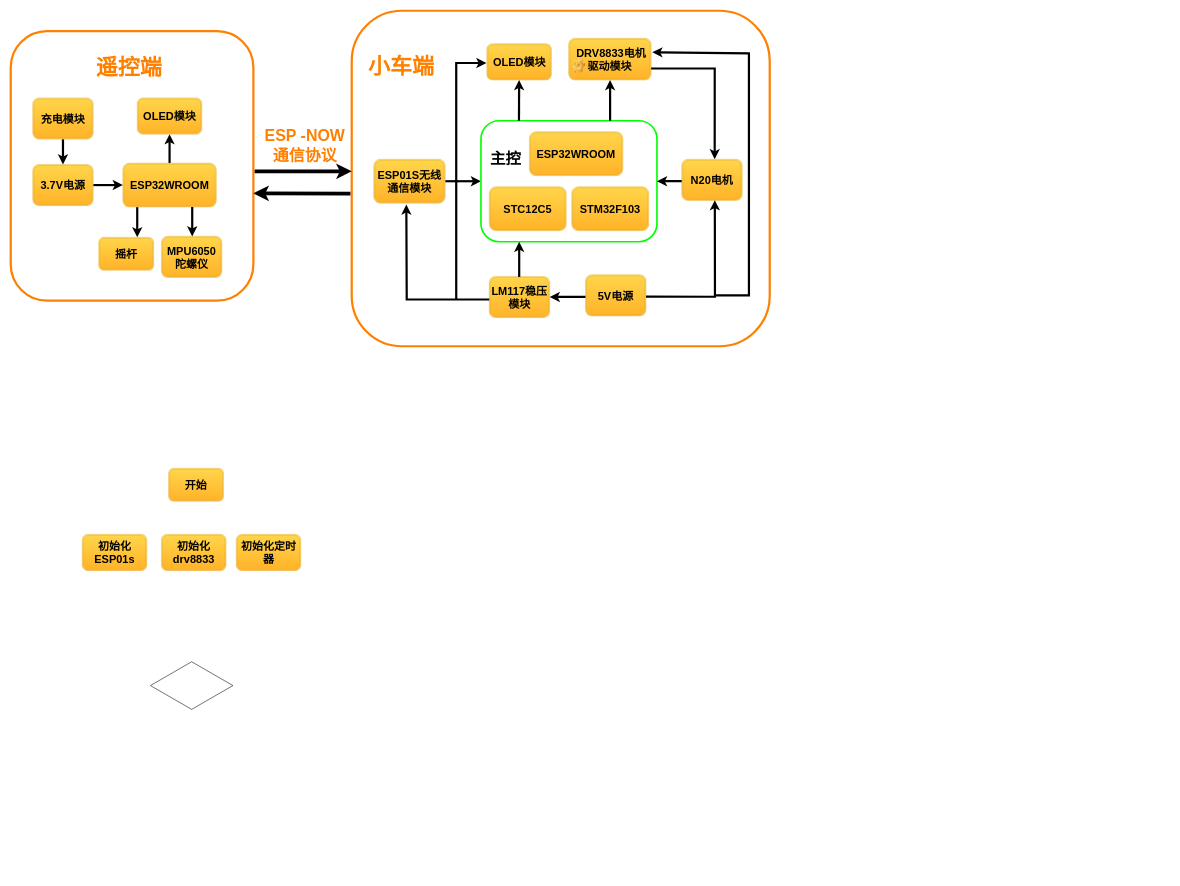
Hellolen/draw keeps this draw.io diagram as 未命名绘图.drawio. Above is the earlier version. Source tidied: cells renumbered, new cells numbered last; positions are measured from the earlier drawing's top-left corner, leaving out a move shared by most shapes. Both pictures are drawn from the tidied source at 55%, with x=0, y=0 at pixel (10, 10).
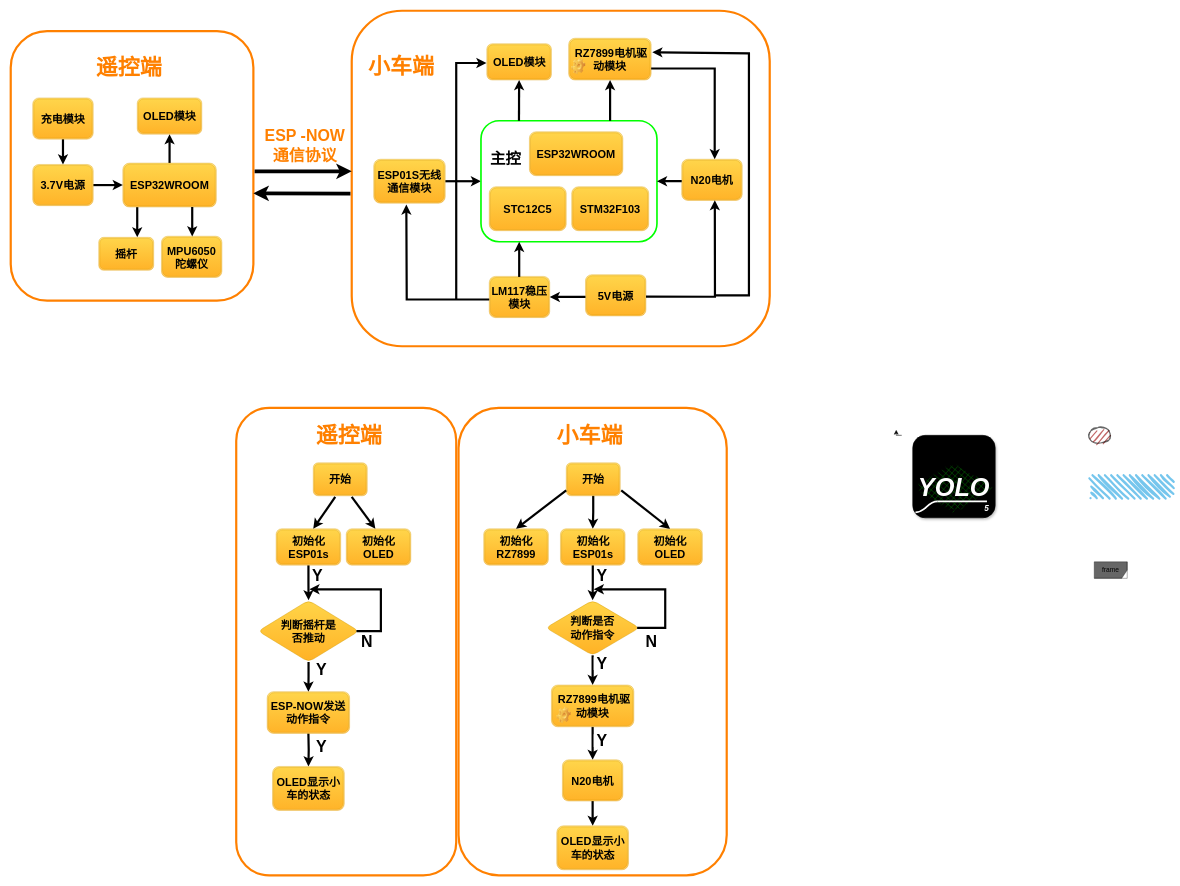
The same page after the edit.

Commit message:
遥控小车硬件设计.drawio

What changed in the source:
```diff
@@
+    <mxCell id="48" style="rounded=1;whiteSpace=wrap;html=1;strokeColor=#FF8000;align=center;verticalAlign=middle;fontFamily=Helvetica;fontSize=12;fontColor=default;fillColor=default;strokeWidth=4;" parent="1" vertex="1">
+      <mxGeometry x="410" y="722" width="400" height="850" as="geometry" />
+    </mxCell>
+    <mxCell id="49" style="rounded=1;whiteSpace=wrap;html=1;strokeColor=#FF8000;align=center;verticalAlign=middle;fontFamily=Helvetica;fontSize=12;fontColor=default;fillColor=default;strokeWidth=4;" parent="1" vertex="1">
+      <mxGeometry x="814.2" y="722" width="487.6" height="850" as="geometry" />
+    </mxCell>
+    <mxCell id="50" value="&lt;font&gt;&lt;span style=&quot;font-size: 29px;&quot;&gt;&lt;b&gt;Y&lt;/b&gt;&lt;/span&gt;&lt;/font&gt;" style="whiteSpace=wrap;html=1;rounded=1;strokeColor=none;align=center;verticalAlign=middle;fontFamily=Helvetica;fontSize=12;fontColor=#000000;fillColor=default;" parent="1" vertex="1">
+      <mxGeometry x="1060" y="1012" width="30" height="30" as="geometry" />
+    </mxCell>
@@
-    <mxCell id="6" value="&lt;font style=&quot;font-size: 20px;&quot;&gt;&lt;b&gt;&lt;span style=&quot;white-space: pre;&quot;&gt; &lt;/span&gt;DRV8833电机驱动模块&lt;/b&gt;&lt;/font&gt;" style="shape=ext;double=1;rounded=1;whiteSpace=wrap;html=1;fillColor=#ffcd28;gradientColor=#ffa500;strokeColor=#d79b00;opacity=60;" parent="1" vertex="1">
+    <mxCell id="6" value="&lt;font style=&quot;font-size: 20px;&quot;&gt;&lt;b&gt;&lt;span style=&quot;white-space: pre;&quot;&gt; RZ7899&lt;/span&gt;电机驱动模块&lt;/b&gt;&lt;/font&gt;" style="shape=ext;double=1;rounded=1;whiteSpace=wrap;html=1;fillColor=#ffcd28;gradientColor=#ffa500;strokeColor=#d79b00;opacity=60;" parent="1" vertex="1">
       <mxGeometry x="1014.4" y="50" width="150" height="76" as="geometry" />
     </mxCell>
@@
+    <mxCell id="51" style="edgeStyle=orthogonalEdgeStyle;rounded=0;jettySize=auto;html=1;fontFamily=Helvetica;fontSize=12;fontColor=default;strokeWidth=4;" parent="1" edge="1" source="43" target="46">
+      <mxGeometry relative="1" as="geometry" />
+    </mxCell>
     <mxCell id="43" value="&lt;span style=&quot;font-size: 20px;&quot;&gt;&lt;b&gt;开始&lt;/b&gt;&lt;/span&gt;" style="shape=ext;double=1;rounded=1;whiteSpace=wrap;html=1;fillColor=#ffcd28;gradientColor=#ffa500;strokeColor=#d79b00;opacity=60;" parent="1" vertex="1">
-      <mxGeometry x="287" y="832" width="100" height="60" as="geometry" />
+      <mxGeometry x="1010" y="822" width="98.2" height="60" as="geometry" />
     </mxCell>
-    <mxCell id="44" style="html=1;whiteSpace=wrap;shape=isoRectangle;rounded=1;strokeColor=default;align=center;verticalAlign=middle;fontFamily=Helvetica;fontSize=12;fontColor=default;fillColor=default;" parent="1" vertex="1">
-      <mxGeometry x="254" y="1182" width="150" height="90" as="geometry" />
-    </mxCell>
-    <mxCell id="45" value="&lt;font style=&quot;font-size: 20px;&quot;&gt;&lt;b&gt;初始化drv8833&lt;/b&gt;&lt;/font&gt;" style="shape=ext;double=1;rounded=1;whiteSpace=wrap;html=1;fillColor=#ffcd28;gradientColor=#ffa500;strokeColor=#d79b00;opacity=60;align=center;verticalAlign=middle;fontFamily=Helvetica;fontSize=12;fontColor=default;" parent="1" vertex="1">
-      <mxGeometry x="274" y="952" width="117.5" height="66" as="geometry" />
+    <mxCell id="45" value="&lt;font style=&quot;font-size: 20px;&quot;&gt;&lt;b&gt;初始化RZ7899&lt;/b&gt;&lt;/font&gt;" style="shape=ext;double=1;rounded=1;whiteSpace=wrap;html=1;fillColor=#ffcd28;gradientColor=#ffa500;strokeColor=#d79b00;opacity=60;align=center;verticalAlign=middle;fontFamily=Helvetica;fontSize=12;fontColor=default;" parent="1" vertex="1">
+      <mxGeometry x="860" y="942" width="117.5" height="66" as="geometry" />
     </mxCell>
+    <mxCell id="52" style="edgeStyle=orthogonalEdgeStyle;rounded=0;jettySize=auto;html=1;fontFamily=Helvetica;fontSize=12;fontColor=default;strokeWidth=4;entryX=0.5;entryY=0;entryDx=0;entryDy=0;" parent="1" edge="1" source="46" target="54">
+      <mxGeometry relative="1" as="geometry" />
+    </mxCell>
     <mxCell id="46" value="&lt;font style=&quot;font-size: 20px;&quot;&gt;&lt;b&gt;初始化ESP01s&lt;/b&gt;&lt;/font&gt;" style="shape=ext;double=1;rounded=1;whiteSpace=wrap;html=1;fillColor=#ffcd28;gradientColor=#ffa500;strokeColor=#d79b00;opacity=60;align=center;verticalAlign=middle;fontFamily=Helvetica;fontSize=12;fontColor=default;" parent="1" vertex="1">
-      <mxGeometry x="130" y="952" width="117.5" height="66" as="geometry" />
+      <mxGeometry x="999.5" y="942" width="117.5" height="66" as="geometry" />
     </mxCell>
-    <mxCell id="47" value="&lt;font style=&quot;font-size: 20px;&quot;&gt;&lt;b&gt;初始化定时器&lt;/b&gt;&lt;/font&gt;" style="shape=ext;double=1;rounded=1;whiteSpace=wrap;html=1;fillColor=#ffcd28;gradientColor=#ffa500;strokeColor=#d79b00;opacity=60;align=center;verticalAlign=middle;fontFamily=Helvetica;fontSize=12;fontColor=default;" parent="1" vertex="1">
-      <mxGeometry x="410" y="952" width="117.5" height="66" as="geometry" />
+    <mxCell id="47" value="&lt;font style=&quot;font-size: 20px;&quot;&gt;&lt;b&gt;初始化OLED&lt;/b&gt;&lt;/font&gt;" style="shape=ext;double=1;rounded=1;whiteSpace=wrap;html=1;fillColor=#ffcd28;gradientColor=#ffa500;strokeColor=#d79b00;opacity=60;align=center;verticalAlign=middle;fontFamily=Helvetica;fontSize=12;fontColor=default;" parent="1" vertex="1">
+      <mxGeometry x="1140" y="942" width="117.5" height="66" as="geometry" />
     </mxCell>
+    <mxCell id="53" style="edgeStyle=orthogonalEdgeStyle;rounded=0;jettySize=auto;html=1;fontFamily=Helvetica;fontSize=12;fontColor=default;strokeWidth=4;" parent="1" edge="1" source="54" target="59">
+      <mxGeometry relative="1" as="geometry" />
+    </mxCell>
+    <mxCell id="54" value="&lt;b style=&quot;font-size: 20px;&quot;&gt;判断是否&lt;/b&gt;&lt;div&gt;&lt;b style=&quot;font-size: 20px;&quot;&gt;动作指令&lt;/b&gt;&lt;/div&gt;" style="rhombus;whiteSpace=wrap;html=1;fillColor=#ffcd28;strokeColor=#d79b00;rounded=1;gradientColor=#ffa500;opacity=85;" parent="1" vertex="1">
+      <mxGeometry x="973" y="1072" width="170" height="100" as="geometry" />
+    </mxCell>
+    <mxCell id="55" style="edgeStyle=orthogonalEdgeStyle;rounded=0;jettySize=auto;html=1;fontFamily=Helvetica;fontSize=12;fontColor=default;endArrow=none;endFill=0;startArrow=classic;startFill=1;strokeWidth=4;" parent="1" edge="1" source="57" target="59">
+      <mxGeometry relative="1" as="geometry" />
+    </mxCell>
+    <mxCell id="56" style="edgeStyle=orthogonalEdgeStyle;rounded=0;jettySize=auto;html=1;fontFamily=Helvetica;fontSize=12;fontColor=default;strokeWidth=4;" parent="1" edge="1" source="57" target="58">
+      <mxGeometry relative="1" as="geometry" />
+    </mxCell>
+    <mxCell id="57" value="&lt;b style=&quot;font-size: 20px;&quot;&gt;N20电机&lt;/b&gt;" style="shape=ext;double=1;rounded=1;whiteSpace=wrap;html=1;fillColor=#ffcd28;gradientColor=#ffa500;strokeColor=#d79b00;opacity=60;" parent="1" vertex="1">
+      <mxGeometry x="1003" y="1362" width="110" height="75" as="geometry" />
+    </mxCell>
+    <mxCell id="58" value="&lt;font style=&quot;font-size: 20px;&quot;&gt;&lt;b&gt;OLED显示小车的状态&lt;/b&gt;&lt;/font&gt;" style="shape=ext;double=1;rounded=1;whiteSpace=wrap;html=1;fillColor=#ffcd28;gradientColor=#ffa500;strokeColor=#d79b00;opacity=60;align=center;verticalAlign=middle;fontFamily=Helvetica;fontSize=12;fontColor=default;" parent="1" vertex="1">
+      <mxGeometry x="992.8" y="1482" width="130.5" height="80" as="geometry" />
+    </mxCell>
+    <mxCell id="59" value="&lt;font style=&quot;font-size: 20px;&quot;&gt;&lt;b&gt;&lt;span style=&quot;white-space: pre;&quot;&gt; RZ7899&lt;/span&gt;电机驱动模块&lt;/b&gt;&lt;/font&gt;" style="shape=ext;double=1;rounded=1;whiteSpace=wrap;html=1;fillColor=#ffcd28;gradientColor=#ffa500;strokeColor=#d79b00;opacity=60;" parent="1" vertex="1">
+      <mxGeometry x="983" y="1226" width="150" height="76" as="geometry" />
+    </mxCell>
+    <mxCell id="60" style="endArrow=classic;html=1;rounded=0;fontFamily=Helvetica;fontSize=12;fontColor=default;strokeWidth=4;entryX=0.5;entryY=0;entryDx=0;entryDy=0;" parent="1" edge="1" target="47">
+      <mxGeometry relative="1" as="geometry">
+        <mxPoint x="1110" y="872" as="sourcePoint" />
+      </mxGeometry>
+    </mxCell>
+    <mxCell id="61" style="endArrow=classic;html=1;rounded=0;fontFamily=Helvetica;fontSize=12;fontColor=default;strokeWidth=4;entryX=0.5;entryY=0;entryDx=0;entryDy=0;" parent="1" edge="1" target="45">
+      <mxGeometry relative="1" as="geometry">
+        <mxPoint x="1010" y="872" as="sourcePoint" />
+      </mxGeometry>
+    </mxCell>
+    <mxCell id="62" value="&lt;font&gt;&lt;span style=&quot;font-size: 29px;&quot;&gt;&lt;b&gt;Y&lt;/b&gt;&lt;/span&gt;&lt;/font&gt;" style="whiteSpace=wrap;html=1;rounded=1;strokeColor=none;align=center;verticalAlign=middle;fontFamily=Helvetica;fontSize=12;fontColor=#000000;fillColor=default;" parent="1" vertex="1">
+      <mxGeometry x="1060" y="1172" width="30" height="30" as="geometry" />
+    </mxCell>
+    <mxCell id="63" value="&lt;font&gt;&lt;span style=&quot;font-size: 29px;&quot;&gt;&lt;b&gt;Y&lt;/b&gt;&lt;/span&gt;&lt;/font&gt;" style="whiteSpace=wrap;html=1;rounded=1;strokeColor=none;align=center;verticalAlign=middle;fontFamily=Helvetica;fontSize=12;fontColor=#000000;fillColor=default;" parent="1" vertex="1">
+      <mxGeometry x="1060" y="1312" width="30" height="30" as="geometry" />
+    </mxCell>
+    <mxCell id="64" style="endArrow=classic;html=1;rounded=0;fontFamily=Helvetica;fontSize=12;fontColor=default;exitX=0.976;exitY=0.5;exitDx=0;exitDy=0;exitPerimeter=0;strokeWidth=4;" parent="1" edge="1" source="54">
+      <mxGeometry relative="1" as="geometry">
+        <mxPoint x="1060" y="1052" as="targetPoint" />
+        <Array as="points">
+          <mxPoint x="1180" y="1122" />
+          <mxPoint x="1190" y="1122" />
+          <mxPoint x="1190" y="1052" />
+        </Array>
+      </mxGeometry>
+    </mxCell>
+    <mxCell id="65" value="&lt;font&gt;&lt;span style=&quot;font-size: 29px;&quot;&gt;&lt;b&gt;N&lt;/b&gt;&lt;/span&gt;&lt;/font&gt;" style="whiteSpace=wrap;html=1;rounded=1;strokeColor=none;align=center;verticalAlign=middle;fontFamily=Helvetica;fontSize=12;fontColor=#000000;fillColor=default;" parent="1" vertex="1">
+      <mxGeometry x="1150" y="1132" width="30" height="30" as="geometry" />
+    </mxCell>
+    <mxCell id="66" value="&lt;font&gt;&lt;span style=&quot;font-size: 29px;&quot;&gt;&lt;b&gt;Y&lt;/b&gt;&lt;/span&gt;&lt;/font&gt;" style="whiteSpace=wrap;html=1;rounded=1;strokeColor=none;align=center;verticalAlign=middle;fontFamily=Helvetica;fontSize=12;fontColor=#000000;fillColor=default;" parent="1" vertex="1">
+      <mxGeometry x="543" y="1012" width="30" height="30" as="geometry" />
+    </mxCell>
+    <mxCell id="67" value="&lt;span style=&quot;font-size: 20px;&quot;&gt;&lt;b&gt;开始&lt;/b&gt;&lt;/span&gt;" style="shape=ext;double=1;rounded=1;whiteSpace=wrap;html=1;fillColor=#ffcd28;gradientColor=#ffa500;strokeColor=#d79b00;opacity=60;" parent="1" vertex="1">
+      <mxGeometry x="550" y="822" width="98.2" height="60" as="geometry" />
+    </mxCell>
+    <mxCell id="68" style="edgeStyle=orthogonalEdgeStyle;rounded=0;jettySize=auto;html=1;fontFamily=Helvetica;fontSize=12;fontColor=default;strokeWidth=4;entryX=0.5;entryY=0;entryDx=0;entryDy=0;" parent="1" edge="1" source="69" target="72">
+      <mxGeometry relative="1" as="geometry" />
+    </mxCell>
+    <mxCell id="69" value="&lt;font style=&quot;font-size: 20px;&quot;&gt;&lt;b&gt;初始化ESP01s&lt;/b&gt;&lt;/font&gt;" style="shape=ext;double=1;rounded=1;whiteSpace=wrap;html=1;fillColor=#ffcd28;gradientColor=#ffa500;strokeColor=#d79b00;opacity=60;align=center;verticalAlign=middle;fontFamily=Helvetica;fontSize=12;fontColor=default;" parent="1" vertex="1">
+      <mxGeometry x="482.5" y="942" width="117.5" height="66" as="geometry" />
+    </mxCell>
+    <mxCell id="70" value="&lt;font style=&quot;font-size: 20px;&quot;&gt;&lt;b&gt;初始化OLED&lt;/b&gt;&lt;/font&gt;" style="shape=ext;double=1;rounded=1;whiteSpace=wrap;html=1;fillColor=#ffcd28;gradientColor=#ffa500;strokeColor=#d79b00;opacity=60;align=center;verticalAlign=middle;fontFamily=Helvetica;fontSize=12;fontColor=default;" parent="1" vertex="1">
+      <mxGeometry x="610" y="942" width="117.5" height="66" as="geometry" />
+    </mxCell>
+    <mxCell id="71" style="edgeStyle=orthogonalEdgeStyle;rounded=0;jettySize=auto;html=1;fontFamily=Helvetica;fontSize=12;fontColor=default;strokeWidth=4;" parent="1" edge="1" source="72" target="78">
+      <mxGeometry relative="1" as="geometry" />
+    </mxCell>
+    <mxCell id="72" value="&lt;b style=&quot;font-size: 20px;&quot;&gt;判断摇杆是&lt;/b&gt;&lt;div&gt;&lt;b style=&quot;font-size: 20px;&quot;&gt;否推动&lt;/b&gt;&lt;/div&gt;" style="rhombus;whiteSpace=wrap;html=1;fillColor=#ffcd28;strokeColor=#d79b00;rounded=1;gradientColor=#ffa500;opacity=85;" parent="1" vertex="1">
+      <mxGeometry x="450" y="1072" width="183" height="112" as="geometry" />
+    </mxCell>
+    <mxCell id="73" style="endArrow=classic;html=1;rounded=0;fontFamily=Helvetica;fontSize=12;fontColor=default;exitX=0.976;exitY=0.5;exitDx=0;exitDy=0;exitPerimeter=0;strokeWidth=4;" parent="1" edge="1" source="72">
+      <mxGeometry relative="1" as="geometry">
+        <mxPoint x="543" y="1052" as="targetPoint" />
+        <Array as="points">
+          <mxPoint x="663" y="1128" />
+          <mxPoint x="673" y="1128" />
+          <mxPoint x="673" y="1052" />
+        </Array>
+      </mxGeometry>
+    </mxCell>
+    <mxCell id="74" value="&lt;font&gt;&lt;span style=&quot;font-size: 29px;&quot;&gt;&lt;b&gt;N&lt;/b&gt;&lt;/span&gt;&lt;/font&gt;" style="whiteSpace=wrap;html=1;rounded=1;strokeColor=none;align=center;verticalAlign=middle;fontFamily=Helvetica;fontSize=12;fontColor=#000000;fillColor=default;" parent="1" vertex="1">
+      <mxGeometry x="633" y="1132" width="30" height="30" as="geometry" />
+    </mxCell>
+    <mxCell id="75" style="endArrow=classic;html=1;rounded=0;fontFamily=Helvetica;fontSize=12;fontColor=default;strokeWidth=4;" parent="1" edge="1">
+      <mxGeometry relative="1" as="geometry">
+        <mxPoint x="590" y="884" as="sourcePoint" />
+        <mxPoint x="550" y="942" as="targetPoint" />
+      </mxGeometry>
+    </mxCell>
+    <mxCell id="76" style="endArrow=classic;html=1;rounded=0;fontFamily=Helvetica;fontSize=12;fontColor=default;strokeWidth=4;" parent="1" edge="1">
+      <mxGeometry relative="1" as="geometry">
+        <mxPoint x="620" y="884" as="sourcePoint" />
+        <mxPoint x="663" y="942" as="targetPoint" />
+      </mxGeometry>
+    </mxCell>
+    <mxCell id="77" style="edgeStyle=orthogonalEdgeStyle;rounded=0;jettySize=auto;html=1;fontFamily=Helvetica;fontSize=12;fontColor=default;endArrow=none;endFill=0;startArrow=classic;startFill=1;strokeWidth=4;" parent="1" edge="1" target="78">
+      <mxGeometry relative="1" as="geometry">
+        <mxPoint x="541.3" y="1374" as="sourcePoint" />
+      </mxGeometry>
+    </mxCell>
+    <mxCell id="78" value="&lt;b style=&quot;font-size: 20px;&quot;&gt;ESP-NOW发送动作指令&lt;/b&gt;" style="shape=ext;double=1;rounded=1;whiteSpace=wrap;html=1;fillColor=#ffcd28;gradientColor=#ffa500;strokeColor=#d79b00;opacity=60;" parent="1" vertex="1">
+      <mxGeometry x="466.2" y="1238" width="150" height="76" as="geometry" />
+    </mxCell>
+    <mxCell id="79" value="&lt;font&gt;&lt;span style=&quot;font-size: 29px;&quot;&gt;&lt;b&gt;Y&lt;/b&gt;&lt;/span&gt;&lt;/font&gt;" style="whiteSpace=wrap;html=1;rounded=1;strokeColor=none;align=center;verticalAlign=middle;fontFamily=Helvetica;fontSize=12;fontColor=#000000;fillColor=default;" parent="1" vertex="1">
+      <mxGeometry x="550" y="1184" width="30" height="30" as="geometry" />
+    </mxCell>
+    <mxCell id="80" value="&lt;font&gt;&lt;span style=&quot;font-size: 29px;&quot;&gt;&lt;b&gt;Y&lt;/b&gt;&lt;/span&gt;&lt;/font&gt;" style="whiteSpace=wrap;html=1;rounded=1;strokeColor=none;align=center;verticalAlign=middle;fontFamily=Helvetica;fontSize=12;fontColor=#000000;fillColor=default;" parent="1" vertex="1">
+      <mxGeometry x="550" y="1324" width="30" height="30" as="geometry" />
+    </mxCell>
+    <mxCell id="81" value="&lt;font style=&quot;font-size: 20px;&quot;&gt;&lt;b&gt;OLED显示小车的状态&lt;/b&gt;&lt;/font&gt;" style="shape=ext;double=1;rounded=1;whiteSpace=wrap;html=1;fillColor=#ffcd28;gradientColor=#ffa500;strokeColor=#d79b00;opacity=60;align=center;verticalAlign=middle;fontFamily=Helvetica;fontSize=12;fontColor=default;" parent="1" vertex="1">
+      <mxGeometry x="476" y="1374" width="130.5" height="80" as="geometry" />
+    </mxCell>
+    <mxCell id="82" style="shape=image;html=1;verticalLabelPosition=bottom;verticalAlign=top;imageAspect=1;image=img/clipart/Gear_128x128.png;strokeWidth=0;opacity=70;" parent="1" vertex="1">
+      <mxGeometry x="992.8" y="1266" width="25.6" height="30" as="geometry" />
+    </mxCell>
+    <mxCell id="83" value="&lt;font style=&quot;color: rgb(255, 128, 0); font-size: 40px;&quot;&gt;&lt;b style=&quot;&quot;&gt;遥控端&lt;/b&gt;&lt;/font&gt;" style="whiteSpace=wrap;html=1;rounded=1;strokeColor=none;align=center;verticalAlign=middle;fontFamily=Helvetica;fontSize=12;fontColor=default;fillColor=default;" parent="1" vertex="1">
+      <mxGeometry x="530" y="742" width="170" height="60" as="geometry" />
+    </mxCell>
+    <mxCell id="84" value="&lt;font style=&quot;color: rgb(255, 128, 0); font-size: 40px;&quot;&gt;&lt;b style=&quot;&quot;&gt;小车端&lt;/b&gt;&lt;/font&gt;" style="whiteSpace=wrap;html=1;rounded=1;strokeColor=none;align=center;verticalAlign=middle;fontFamily=Helvetica;fontSize=12;fontColor=default;fillColor=default;" parent="1" vertex="1">
+      <mxGeometry x="983.2" y="742" width="140" height="60" as="geometry" />
+    </mxCell>
+    <mxCell id="85" style="edgeStyle=orthogonalEdgeStyle;rounded=0;orthogonalLoop=1;jettySize=auto;html=1;fontFamily=Helvetica;fontSize=12;fontColor=default;" parent="1" edge="1">
+      <mxGeometry relative="1" as="geometry">
+        <mxPoint x="1620" y="772" as="sourcePoint" />
+        <mxPoint x="1610" y="762" as="targetPoint" />
+      </mxGeometry>
+    </mxCell>
+    <mxCell id="86" style="rounded=1;whiteSpace=wrap;html=1;strokeWidth=2;fillWeight=4;hachureGap=8;hachureAngle=45;fillColor=#1ba1e2;opacity=60;strokeColor=none;align=center;verticalAlign=middle;fontFamily=Helvetica;fontSize=12;fontColor=default;gradientColor=none;fillStyle=auto;sketch=1;curveFitting=1;jiggle=2;glass=0;shadow=0;" parent="1" vertex="1">
+      <mxGeometry x="1960" y="844.8" width="150" height="42.2" as="geometry" />
+    </mxCell>
+    <mxCell id="87" style="shape=mxgraph.arrows2.wedgeArrowDashed2;html=1;startWidth=50;stepSize=15;rounded=0;fontFamily=Helvetica;fontSize=12;fontColor=default;strokeWidth=3;strokeColor=#FFFFFF;opacity=70;flowAnimation=0;shadow=0;" parent="1" edge="1">
+      <mxGeometry relative="1" as="geometry">
+        <mxPoint x="1570" y="835.7" as="sourcePoint" />
+        <mxPoint x="1570" y="775.7" as="targetPoint" />
+      </mxGeometry>
+    </mxCell>
+    <mxCell id="88" value="frame" style="shape=umlFrame;whiteSpace=wrap;html=1;rounded=1;opacity=60;strokeColor=default;align=center;verticalAlign=middle;fontFamily=Helvetica;fontSize=12;fontColor=default;fillColor=light-dark(#FFCD28,#CE6100);gradientColor=light-dark(#FFA500,#CE6100);" parent="1" vertex="1">
+      <mxGeometry x="1970" y="1002" width="60" height="30" as="geometry" />
+    </mxCell>
+    <mxCell id="89" style="ellipse;whiteSpace=wrap;html=1;strokeWidth=2;fillWeight=2;hachureGap=8;fillColor=#990000;fillStyle=dots;sketch=1;rounded=1;opacity=60;strokeColor=#000000;align=center;verticalAlign=middle;fontFamily=Helvetica;fontSize=12;fontColor=default;" parent="1" vertex="1">
+      <mxGeometry x="1960" y="757" width="41" height="30" as="geometry" />
+    </mxCell>
+    <mxCell id="90" style="group;" parent="1" vertex="1">
+      <mxGeometry x="1640" y="772" width="150" height="150" as="geometry" />
+    </mxCell>
+    <mxCell id="91" style="rounded=1;whiteSpace=wrap;html=1;strokeColor=default;align=center;verticalAlign=middle;fontFamily=Helvetica;fontSize=12;fontColor=default;fillColor=light-dark(#000000,#000000);gradientColor=light-dark(#000000,#000000);glass=0;shadow=1;" parent="90" vertex="1">
+      <mxGeometry width="150" height="150" as="geometry" />
+    </mxCell>
+    <mxCell id="92" value="&lt;font face=&quot;Helvetica&quot; style=&quot;color: rgb(255, 255, 255);&quot;&gt;&lt;span style=&quot;line-height: 0%;&quot;&gt;&lt;i style=&quot;&quot;&gt;&lt;span&gt;&lt;span&gt;&lt;span&gt;&lt;font style=&quot;font-weight: bold; font-size: 18px;&quot;&gt;&lt;sup&gt;5&lt;/sup&gt;&lt;/font&gt;&lt;/span&gt;&lt;/span&gt;&lt;/span&gt;&lt;/i&gt;&lt;/span&gt;&lt;/font&gt;" style="text;strokeColor=none;align=center;fillColor=none;html=1;verticalAlign=middle;whiteSpace=wrap;rounded=0;fontFamily=Helvetica;fontSize=12;fontColor=#FFFFFF;" parent="90" vertex="1">
+      <mxGeometry x="124" y="130" width="21" height="20" as="geometry" />
+    </mxCell>
+    <mxCell id="93" style="rhombus;whiteSpace=wrap;html=1;strokeWidth=2;fillWeight=-1;hachureGap=8;fillStyle=cross-hatch;fillColor=#006600;sketch=1;rounded=1;opacity=60;strokeColor=default;align=center;verticalAlign=middle;fontFamily=Helvetica;fontSize=12;fontColor=default;arcSize=35;" parent="90" vertex="1">
+      <mxGeometry y="50" width="150" height="90" as="geometry" />
+    </mxCell>
+    <mxCell id="94" value="&lt;font style=&quot;font-size: 46px;&quot;&gt;&lt;b style=&quot;&quot;&gt;&lt;i&gt;&lt;span&gt;&lt;span style=&quot;line-height: 230%;&quot;&gt;YOLO&lt;/span&gt;&lt;/span&gt;&lt;/i&gt;&lt;/b&gt;&lt;/font&gt;" style="text;strokeColor=none;align=center;fillColor=none;html=1;verticalAlign=middle;whiteSpace=wrap;rounded=0;fontFamily=Helvetica;fontSize=12;fontColor=#FFFFFF;" parent="90" vertex="1">
+      <mxGeometry x="5" y="60.7" width="140" height="68.8" as="geometry" />
+    </mxCell>
+    <mxCell id="95" style="edgeStyle=entityRelationEdgeStyle;startArrow=none;endArrow=none;segment=10;curved=1;sourcePerimeterSpacing=0;targetPerimeterSpacing=0;rounded=0;fontFamily=Helvetica;fontSize=12;fontColor=default;strokeWidth=3;strokeColor=#FFFFFF;startFill=0;" parent="90" edge="1">
+      <mxGeometry relative="1" as="geometry">
+        <mxPoint x="5" y="140" as="sourcePoint" />
+        <mxPoint x="45.2" y="120.1" as="targetPoint" />
+      </mxGeometry>
+    </mxCell>
+    <mxCell id="96" style="line;strokeWidth=3;html=1;perimeter=backbonePerimeter;rounded=1;strokeColor=#FFFFFF;align=center;verticalAlign=middle;fontFamily=Helvetica;fontSize=12;fontColor=default;fillColor=light-dark(#FFCD28,#CE6100);gradientColor=light-dark(#FFA500,#CE6100);" parent="90" vertex="1">
+      <mxGeometry x="45" y="115" width="90" height="10" as="geometry" />
+    </mxCell>
```
